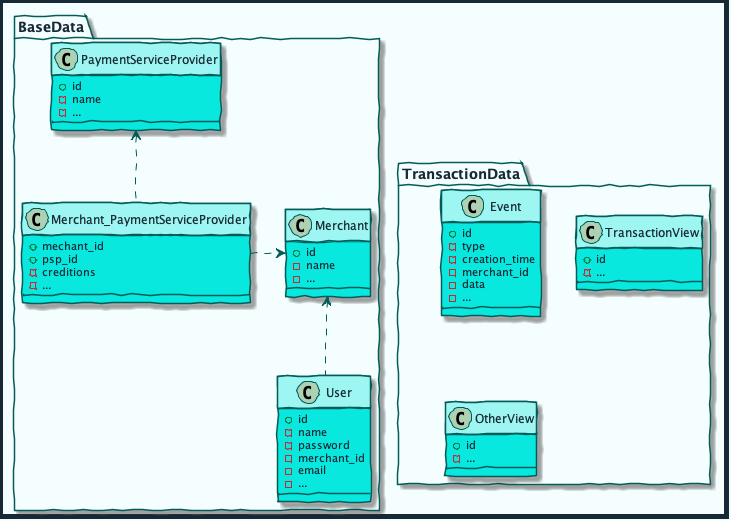
This is diagrams/out/erm.png from mobilabsolutions/stash-sdk-wiki, a PlantUML export, as it was before one commit.
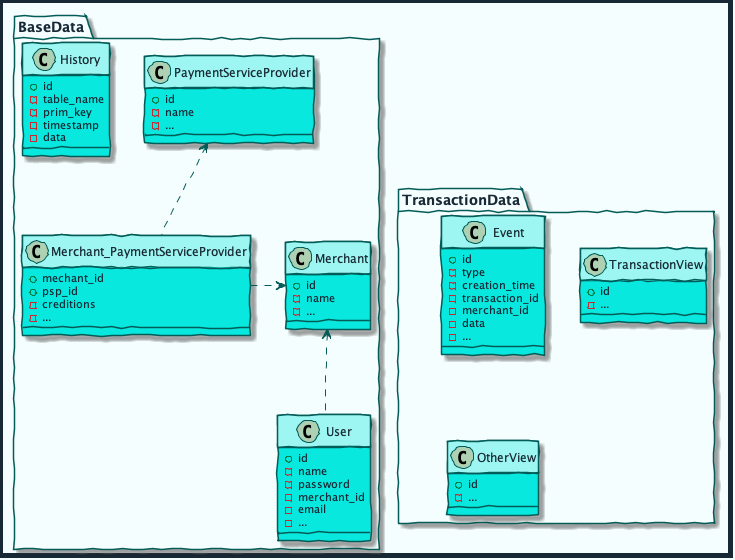
Later version of the same file.

The edit, as a diff of the source:
```diff
@@ -66,6 +66,14 @@
         - ...
     }
 
+    class History {
+        + id
+        - table_name
+        - prim_key
+        - timestamp
+        - data
+    }
+
     Merchant_PaymentServiceProvider .> Merchant
     PaymentServiceProvider <-. Merchant_PaymentServiceProvider
     Merchant <-. User
@@ -77,6 +85,7 @@
         + id
         - type
         - creation_time
+        - transaction_id
         - merchant_id
         - data
         - ...
```
